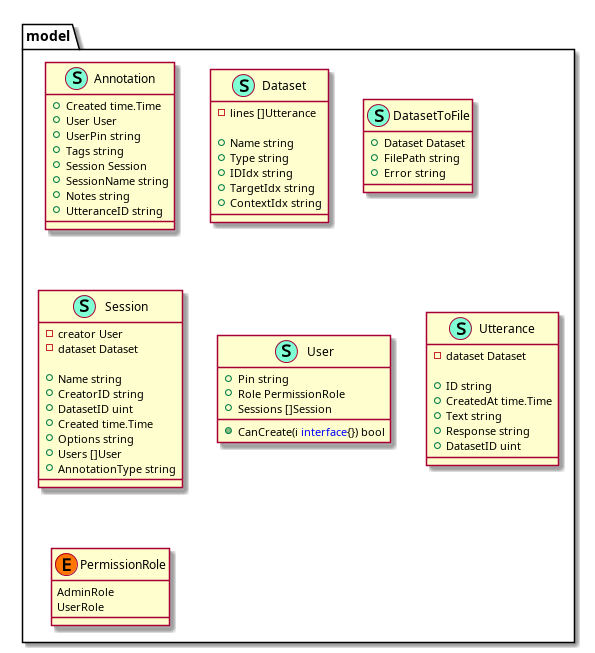
Before: datamodel.png, a diagram exported from PlantUML (afduarte/honours). Its diagram source:
```plantuml
@startuml
namespace model {
    class Annotation << (S,Aquamarine) >> {
        + Created time.Time
        + User User
        + UserPin string
        + Tags string
        + Session Session
        + SessionName string
        + Notes string
        + UtteranceID string

    }
    class Dataset << (S,Aquamarine) >> {
        - lines []Utterance

        + Name string
        + Type string
        + IDIdx string
        + TargetIdx string
        + ContextIdx string

    }
    class DatasetToFile << (S,Aquamarine) >> {
        + Dataset Dataset
        + FilePath string
        + Error string

    }
    class Session << (S,Aquamarine) >> {
        - creator User
        - dataset Dataset

        + Name string
        + CreatorID string
        + DatasetID uint
        + Created time.Time
        + Options string
        + Users []User
        + AnnotationType string

    }
    class User << (S,Aquamarine) >> {
        + Pin string
        + Role PermissionRole
        + Sessions []Session

        + CanCreate(i <font color=blue>interface</font>{}) bool

    }
    class Utterance << (S,Aquamarine) >> {
        - dataset Dataset

        + ID string
        + CreatedAt time.Time
        + Text string
        + Response string
        + DatasetID uint

    }
    enum model.PermissionRole << (E, #FF7700) >>  {
        AdminRole
        UserRole
    }
}

@enduml
```
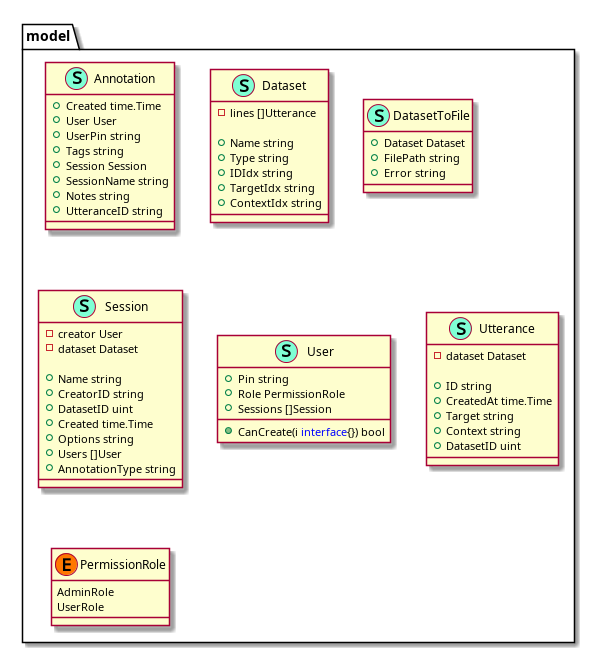
Later version of the same file.

Commit message:
Exported new class diagram image

The edit, as a diff of the source:
```diff
@@ -53,8 +53,8 @@
 
         + ID string
         + CreatedAt time.Time
-        + Text string
-        + Response string
+        + Target string
+        + Context string
         + DatasetID uint
 
     }
```
